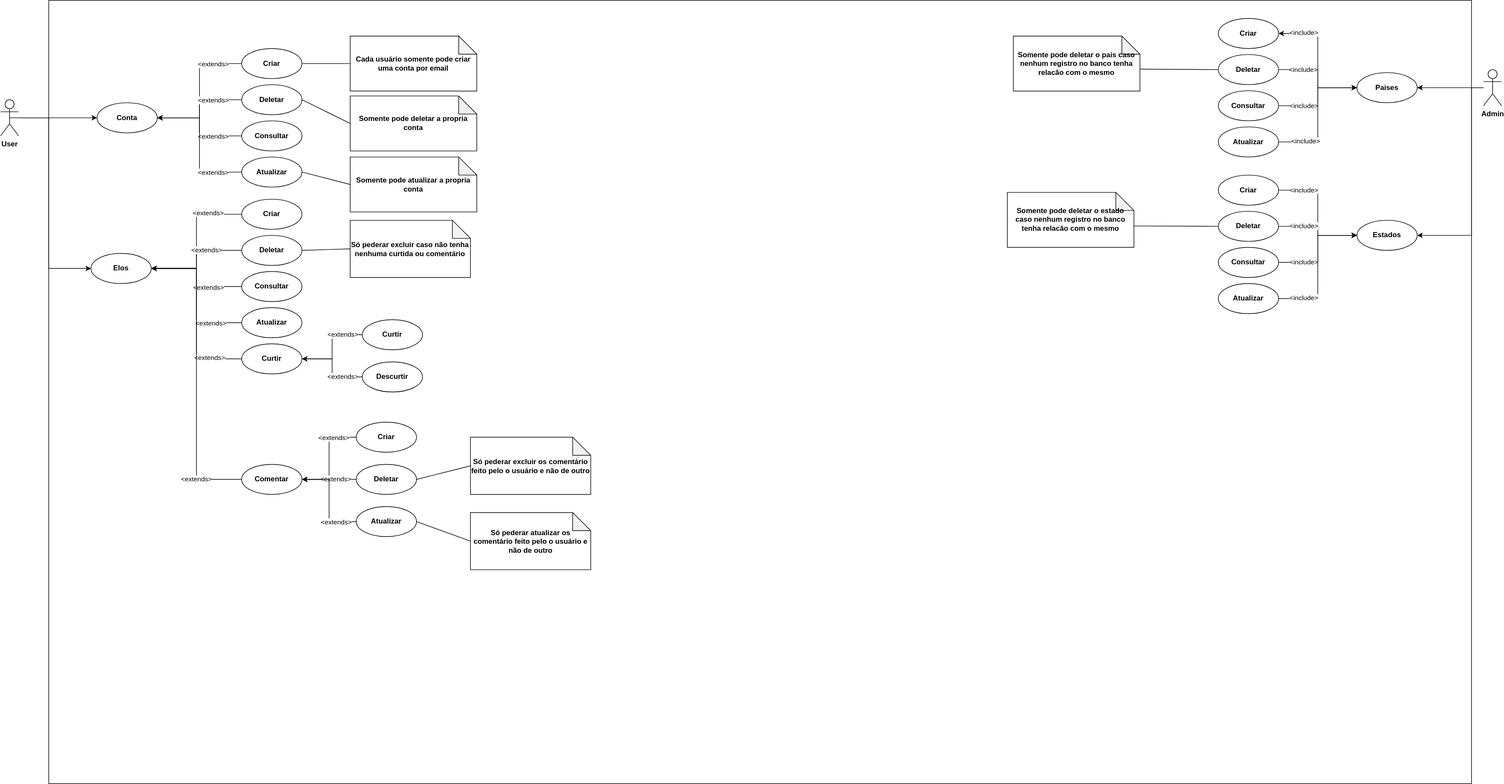
Before: images/usecases.svg, a diagram exported from draw.io (jadson179/recobook). Source tidied: cells renumbered, new cells last; positions are measured from the earlier drawing's top-left corner, leaving out a move shared by most shapes.
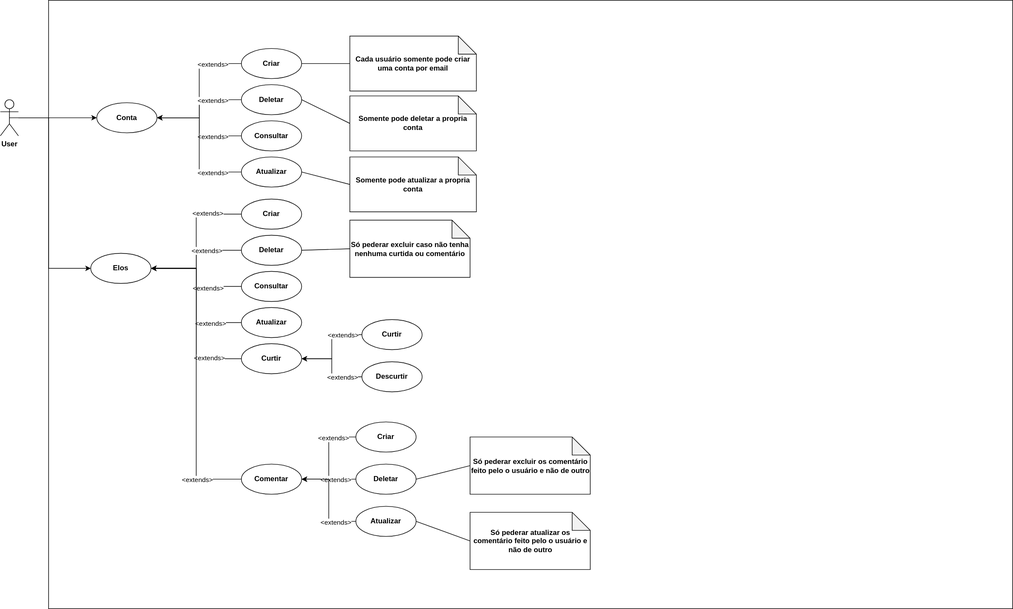
The same diagram one commit later.

Change to the diagram source:
```diff
@@ -3,7 +3,7 @@
     <mxCell id="0" />
     <mxCell id="1" parent="0" />
     <mxCell id="2" style="rounded=0;whiteSpace=wrap;html=1;" parent="1" vertex="1">
-      <mxGeometry x="80" width="2360" height="1300" as="geometry" />
+      <mxGeometry x="80" width="1600" height="1010" as="geometry" />
     </mxCell>
     <mxCell id="3" style="edgeStyle=orthogonalEdgeStyle;rounded=0;jettySize=auto;html=1;" parent="1" edge="1" source="5" target="6">
       <mxGeometry relative="1" as="geometry" />
@@ -144,125 +144,10 @@
     <mxCell id="45" style="endArrow=none;html=1;entryX=1;entryY=0.5;entryDx=0;entryDy=0;exitX=0;exitY=0.5;exitDx=0;exitDy=0;exitPerimeter=0;" parent="1" edge="1" source="44" target="19">
       <mxGeometry relative="1" as="geometry" />
     </mxCell>
-    <mxCell id="46" style="edgeStyle=orthogonalEdgeStyle;rounded=0;jettySize=auto;html=1;entryX=1;entryY=0.5;entryDx=0;entryDy=0;" parent="1" edge="1" source="48" target="51">
-      <mxGeometry relative="1" as="geometry" />
-    </mxCell>
-    <mxCell id="47" style="edgeStyle=orthogonalEdgeStyle;rounded=0;jettySize=auto;html=1;entryX=1;entryY=0.5;entryDx=0;entryDy=0;" parent="1" edge="1" source="48" target="75">
-      <mxGeometry relative="1" as="geometry">
-        <Array as="points">
-          <mxPoint x="2440" y="145" />
-          <mxPoint x="2440" y="390" />
-        </Array>
-      </mxGeometry>
-    </mxCell>
-    <mxCell id="48" value="&lt;b&gt;Admin&lt;/b&gt;" style="shape=umlActor;verticalLabelPosition=bottom;verticalAlign=top;html=1;outlineConnect=0;" parent="1" vertex="1">
-      <mxGeometry x="2460" y="115" width="30" height="60" as="geometry" />
-    </mxCell>
-    <mxCell id="49" style="edgeStyle=orthogonalEdgeStyle;rounded=0;jettySize=auto;html=1;entryX=1;entryY=0.5;entryDx=0;entryDy=0;" parent="1" edge="1" source="51" target="52">
-      <mxGeometry relative="1" as="geometry" />
-    </mxCell>
-    <mxCell id="50" value="&amp;lt;include&amp;gt;" style="edgeLabel;html=1;align=center;verticalAlign=middle;" parent="49" vertex="1">
-      <mxGeometry x="0.62" y="-3" relative="1" as="geometry">
-        <mxPoint x="-0.1" y="2" as="offset" />
-      </mxGeometry>
-    </mxCell>
-    <mxCell id="51" value="&lt;b&gt;Paises&lt;/b&gt;" style="ellipse;whiteSpace=wrap;html=1;" parent="1" vertex="1">
-      <mxGeometry x="2250" y="120" width="100" height="50" as="geometry" />
-    </mxCell>
-    <mxCell id="52" value="&lt;b&gt;Criar&lt;/b&gt;" style="ellipse;whiteSpace=wrap;html=1;" parent="1" vertex="1">
-      <mxGeometry x="2020" y="30" width="100" height="50" as="geometry" />
-    </mxCell>
-    <mxCell id="53" style="edgeStyle=orthogonalEdgeStyle;rounded=0;jettySize=auto;html=1;entryX=0;entryY=0.5;entryDx=0;entryDy=0;" parent="1" edge="1" source="54" target="51">
-      <mxGeometry relative="1" as="geometry" />
-    </mxCell>
-    <mxCell id="54" value="&lt;b&gt;Deletar&lt;/b&gt;" style="ellipse;whiteSpace=wrap;html=1;" parent="1" vertex="1">
-      <mxGeometry x="2020" y="90" width="100" height="50" as="geometry" />
-    </mxCell>
-    <mxCell id="55" style="edgeStyle=orthogonalEdgeStyle;rounded=0;jettySize=auto;html=1;" parent="1" edge="1" source="57" target="51">
-      <mxGeometry relative="1" as="geometry" />
-    </mxCell>
-    <mxCell id="56" value="&amp;lt;include&amp;gt;" style="edgeLabel;html=1;align=center;verticalAlign=middle;" parent="55" vertex="1">
-      <mxGeometry x="-0.53" y="-1" relative="1" as="geometry">
-        <mxPoint x="4" y="-1" as="offset" />
-      </mxGeometry>
-    </mxCell>
-    <mxCell id="57" value="&lt;b&gt;Consultar&lt;/b&gt;" style="ellipse;whiteSpace=wrap;html=1;" parent="1" vertex="1">
-      <mxGeometry x="2020" y="150" width="100" height="50" as="geometry" />
-    </mxCell>
-    <mxCell id="58" style="edgeStyle=orthogonalEdgeStyle;rounded=0;jettySize=auto;html=1;entryX=0;entryY=0.5;entryDx=0;entryDy=0;" parent="1" edge="1" source="60" target="51">
-      <mxGeometry relative="1" as="geometry">
-        <Array as="points">
-          <mxPoint x="2185" y="235" />
-          <mxPoint x="2185" y="145" />
-        </Array>
-      </mxGeometry>
-    </mxCell>
-    <mxCell id="59" value="&amp;lt;include&amp;gt;" style="edgeLabel;html=1;align=center;verticalAlign=middle;" parent="58" vertex="1">
-      <mxGeometry x="-0.67" y="1" relative="1" as="geometry">
-        <mxPoint x="7.4" as="offset" />
-      </mxGeometry>
-    </mxCell>
-    <mxCell id="60" value="&lt;b&gt;Atualizar&lt;/b&gt;" style="ellipse;whiteSpace=wrap;html=1;" parent="1" vertex="1">
-      <mxGeometry x="2020" y="210" width="100" height="50" as="geometry" />
-    </mxCell>
-    <mxCell id="61" value="&lt;b&gt;Somente pode deletar o pais caso nenhum registro no banco tenha relacão com o mesmo&lt;/b&gt;" style="shape=note;whiteSpace=wrap;html=1;backgroundOutline=1;darkOpacity=0.05;" parent="1" vertex="1">
-      <mxGeometry x="1680" y="59.4" width="210" height="91.2" as="geometry" />
-    </mxCell>
-    <mxCell id="62" style="endArrow=none;html=1;exitX=1.003;exitY=0.6;exitDx=0;exitDy=0;exitPerimeter=0;entryX=0;entryY=0.5;entryDx=0;entryDy=0;" parent="1" edge="1" source="61" target="54">
-      <mxGeometry relative="1" as="geometry" />
-    </mxCell>
-    <mxCell id="63" style="edgeStyle=orthogonalEdgeStyle;rounded=0;jettySize=auto;html=1;entryX=0;entryY=0.5;entryDx=0;entryDy=0;" parent="1" edge="1" source="65" target="75">
-      <mxGeometry relative="1" as="geometry" />
-    </mxCell>
-    <mxCell id="64" value="&amp;lt;include&amp;gt;" style="edgeLabel;html=1;align=center;verticalAlign=middle;" parent="63" vertex="1">
-      <mxGeometry x="-0.63" y="1" relative="1" as="geometry">
-        <mxPoint x="3" y="1" as="offset" />
-      </mxGeometry>
-    </mxCell>
-    <mxCell id="65" value="&lt;b&gt;Criar&lt;/b&gt;" style="ellipse;whiteSpace=wrap;html=1;" parent="1" vertex="1">
-      <mxGeometry x="2020" y="290" width="100" height="50" as="geometry" />
-    </mxCell>
-    <mxCell id="66" style="edgeStyle=orthogonalEdgeStyle;rounded=0;jettySize=auto;html=1;" parent="1" edge="1" source="68" target="75">
-      <mxGeometry relative="1" as="geometry" />
-    </mxCell>
-    <mxCell id="67" value="&amp;lt;include&amp;gt;" style="edgeLabel;html=1;align=center;verticalAlign=middle;" parent="66" vertex="1">
-      <mxGeometry x="-0.45" y="1" relative="1" as="geometry">
-        <mxPoint x="2" y="1" as="offset" />
-      </mxGeometry>
-    </mxCell>
-    <mxCell id="68" value="&lt;b&gt;Deletar&lt;/b&gt;" style="ellipse;whiteSpace=wrap;html=1;" parent="1" vertex="1">
-      <mxGeometry x="2020" y="350" width="100" height="50" as="geometry" />
-    </mxCell>
-    <mxCell id="69" style="edgeStyle=orthogonalEdgeStyle;rounded=0;jettySize=auto;html=1;entryX=0;entryY=0.5;entryDx=0;entryDy=0;" parent="1" edge="1" source="71" target="75">
-      <mxGeometry relative="1" as="geometry" />
-    </mxCell>
-    <mxCell id="70" value="&amp;lt;include&amp;gt;" style="edgeLabel;html=1;align=center;verticalAlign=middle;" parent="69" vertex="1">
-      <mxGeometry x="-0.56" y="1" relative="1" as="geometry">
-        <mxPoint x="3" y="1" as="offset" />
-      </mxGeometry>
-    </mxCell>
-    <mxCell id="71" value="&lt;b&gt;Consultar&lt;/b&gt;" style="ellipse;whiteSpace=wrap;html=1;" parent="1" vertex="1">
-      <mxGeometry x="2020" y="410" width="100" height="50" as="geometry" />
-    </mxCell>
-    <mxCell id="72" style="edgeStyle=orthogonalEdgeStyle;rounded=0;jettySize=auto;html=1;entryX=0;entryY=0.5;entryDx=0;entryDy=0;" parent="1" edge="1" source="74" target="75">
-      <mxGeometry relative="1" as="geometry" />
-    </mxCell>
-    <mxCell id="73" value="&amp;lt;include&amp;gt;" style="edgeLabel;html=1;align=center;verticalAlign=middle;" parent="72" vertex="1">
-      <mxGeometry x="-0.63" relative="1" as="geometry">
-        <mxPoint x="-2" y="-1" as="offset" />
-      </mxGeometry>
-    </mxCell>
-    <mxCell id="74" value="&lt;b&gt;Atualizar&lt;/b&gt;" style="ellipse;whiteSpace=wrap;html=1;" parent="1" vertex="1">
-      <mxGeometry x="2020" y="470" width="100" height="50" as="geometry" />
-    </mxCell>
-    <mxCell id="75" value="&lt;b&gt;Estados&lt;/b&gt;" style="ellipse;whiteSpace=wrap;html=1;" parent="1" vertex="1">
-      <mxGeometry x="2250" y="365" width="100" height="50" as="geometry" />
-    </mxCell>
-    <mxCell id="76" value="&lt;b&gt;Somente pode deletar o estado caso nenhum registro no banco tenha relacão com o mesmo&lt;/b&gt;" style="shape=note;whiteSpace=wrap;html=1;backgroundOutline=1;darkOpacity=0.05;" parent="1" vertex="1">
-      <mxGeometry x="1670" y="318.8" width="210" height="91.2" as="geometry" />
-    </mxCell>
-    <mxCell id="77" style="endArrow=none;html=1;exitX=0.999;exitY=0.611;exitDx=0;exitDy=0;exitPerimeter=0;entryX=0;entryY=0.5;entryDx=0;entryDy=0;" parent="1" edge="1" source="76" target="68">
-      <mxGeometry relative="1" as="geometry" />
+    <mxCell id="77" style="endArrow=none;html=1;exitX=0.999;exitY=0.611;exitDx=0;exitDy=0;exitPerimeter=0;entryX=0;entryY=0.5;entryDx=0;entryDy=0;" parent="1" edge="1" target="x">
+      <mxGeometry relative="1" as="geometry">
+        <mxPoint x="1879.8" y="374.5" as="sourcePoint" />
+      </mxGeometry>
     </mxCell>
     <mxCell id="78" style="edgeStyle=orthogonalEdgeStyle;rounded=0;jettySize=auto;html=1;entryX=1;entryY=0.5;entryDx=0;entryDy=0;" parent="1" edge="1" source="80" target="36">
       <mxGeometry relative="1" as="geometry">
@@ -330,10 +215,5 @@
     <mxCell id="96" style="endArrow=none;html=1;exitX=1;exitY=0.5;exitDx=0;exitDy=0;entryX=0;entryY=0.5;entryDx=0;entryDy=0;entryPerimeter=0;" parent="1" edge="1" source="92" target="95">
       <mxGeometry relative="1" as="geometry" />
     </mxCell>
-    <mxCell id="97" value="&amp;lt;include&amp;gt;" style="edgeLabel;html=1;align=center;verticalAlign=middle;" parent="1" vertex="1">
-      <mxGeometry x="2161" y="118" as="geometry">
-        <mxPoint y="-3" as="offset" />
-      </mxGeometry>
-    </mxCell>
   </root>
 </mxGraphModel>
```
